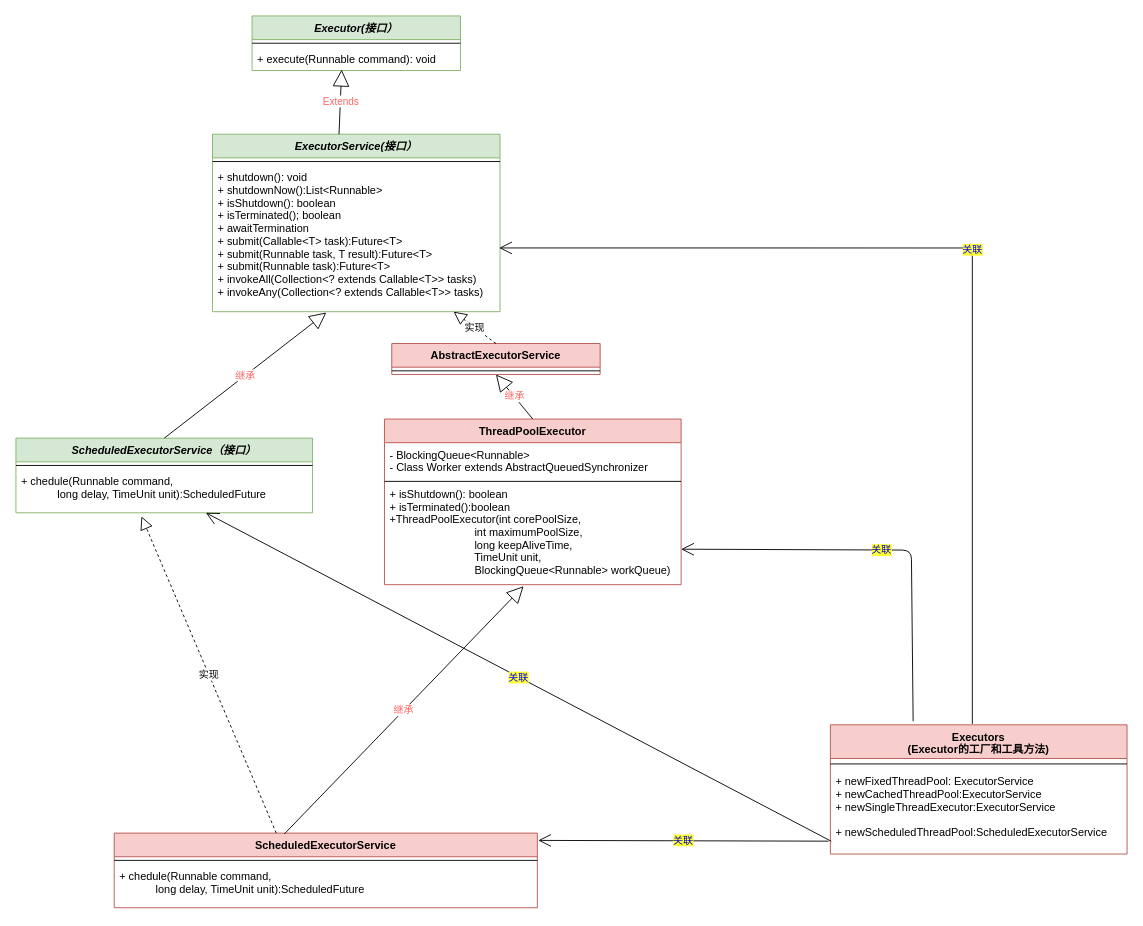
Before: draw.io归档/JDK源码.drawio in clarinoGiant/study-note, a draw.io diagram. Source tidied: cells renumbered, new cells numbered last; positions are measured from the earlier drawing's top-left corner, leaving out a move shared by most shapes. Both pictures are drawn from the tidied source at 91%, with x=0, y=0 at pixel (15, 15).
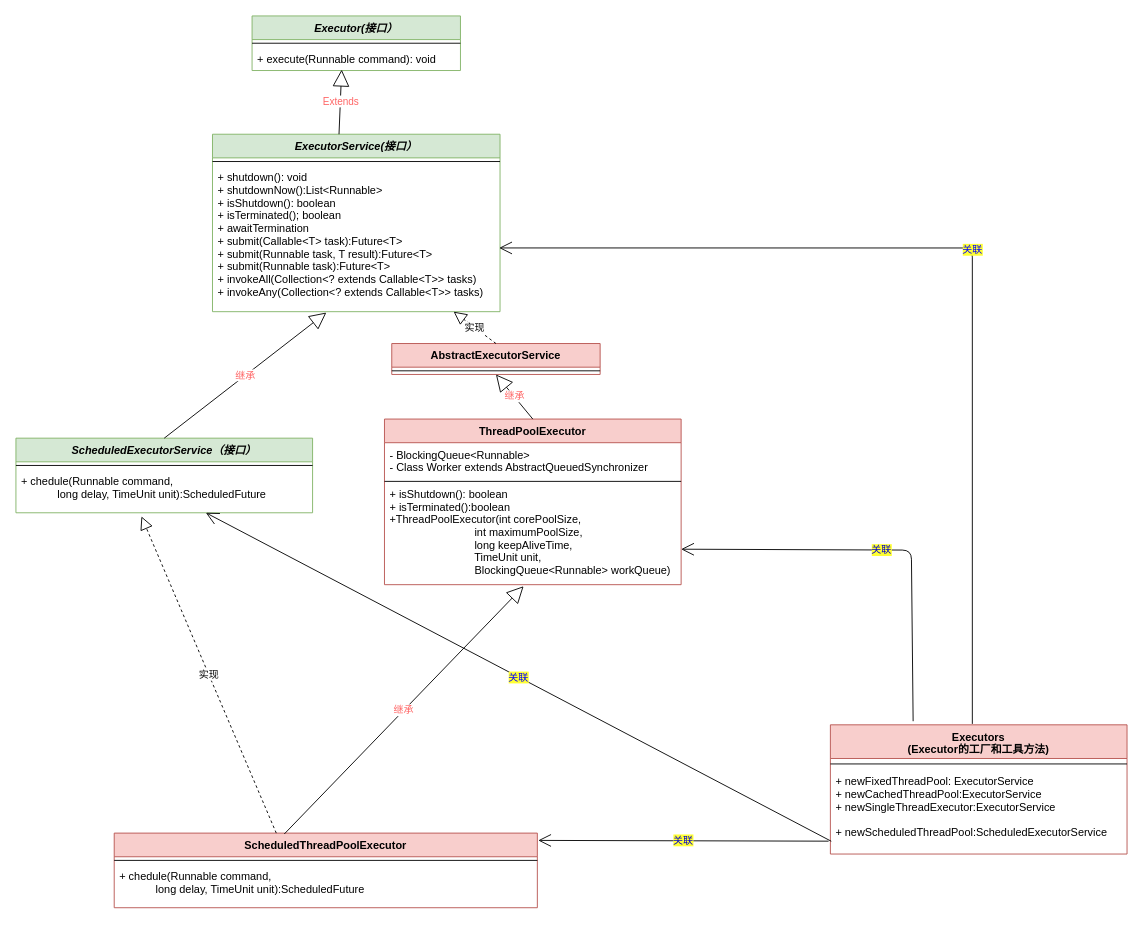
After the change.

Commit message (it also covers changes not shown here):
更新错误的Executor的类图

Diff of the diagram source:
```diff
@@
-    <mxCell id="26" value="ScheduledExecutorService" style="swimlane;fontStyle=1;align=center;verticalAlign=top;horizontal=1;startSize=26;shadow=0;fillColor=#f8cecc;strokeColor=#b85450;" parent="1" vertex="1">
+    <mxCell id="26" value="ScheduledThreadPoolExecutor" style="swimlane;fontStyle=1;align=center;verticalAlign=top;horizontal=1;startSize=26;shadow=0;fillColor=#f8cecc;strokeColor=#b85450;" parent="1" vertex="1">
       <mxGeometry x="108" y="898" width="465" height="82" as="geometry" />
     </mxCell>
```
